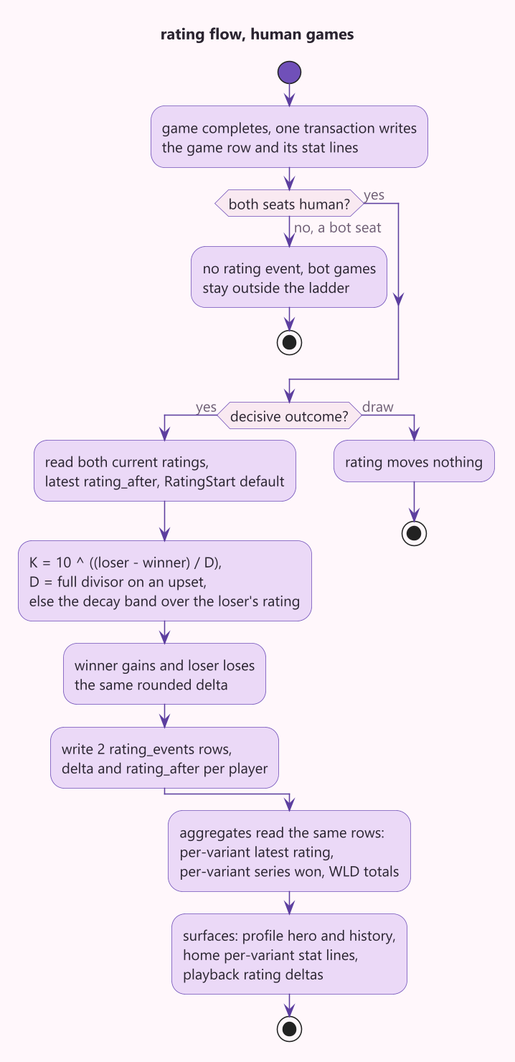
Earlier version of the PlantUML export docs/diagrams/rating-flow.png (lavantien/caro-ai-pvp).
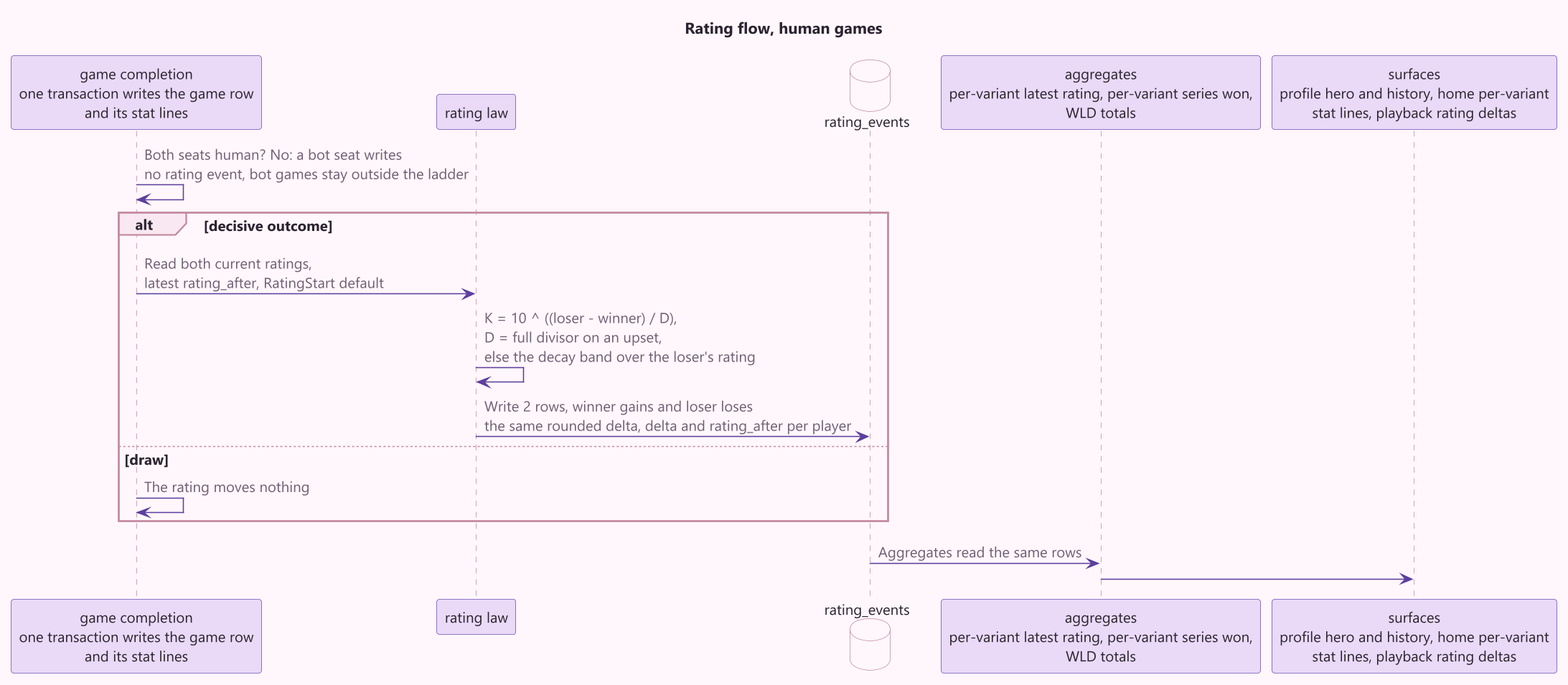
After the change.

Diff of the diagram source:
```diff
@@ -1,24 +1,21 @@
 @startuml rating-flow
 !include common.iuml
-title rating flow, human games
+title Rating flow, human games
 
-start
-:game completes, one transaction writes\nthe game row and its stat lines;
-if (both seats human?) then (yes)
-else (no, a bot seat)
-  :no rating event, bot games\nstay outside the ladder;
-  stop
-endif
-if (decisive outcome?) then (yes)
-  :read both current ratings,\nlatest rating_after, RatingStart default;
-  :K = 10 ^ ((loser - winner) / D),\nD = full divisor on an upset,\nelse the decay band over the loser's rating;
-  :winner gains and loser loses\nthe same rounded delta;
-  :write 2 rating_events rows,\ndelta and rating_after per player;
-else (draw)
-  :rating moves nothing;
-  stop
-endif
-:aggregates read the same rows:\nper-variant latest rating,\nper-variant series won, WLD totals;
-:surfaces: profile hero and history,\nhome per-variant stat lines,\nplayback rating deltas;
-stop
+participant "game completion\none transaction writes the game row\nand its stat lines" as done
+participant "rating law" as law
+database "rating_events" as events
+participant "aggregates\nper-variant latest rating, per-variant series won,\nWLD totals" as agg
+participant "surfaces\nprofile hero and history, home per-variant\nstat lines, playback rating deltas" as surfaces
+
+done -> done : Both seats human? No: a bot seat writes\nno rating event, bot games stay outside the ladder
+alt decisive outcome
+  done -> law : Read both current ratings,\nlatest rating_after, RatingStart default
+  law -> law : K = 10 ^ ((loser - winner) / D),\nD = full divisor on an upset,\nelse the decay band over the loser's rating
+  law -> events : Write 2 rows, winner gains and loser loses\nthe same rounded delta, delta and rating_after per player
+else draw
+  done -> done : The rating moves nothing
+end
+events -> agg : Aggregates read the same rows
+agg -> surfaces
 @enduml
```
